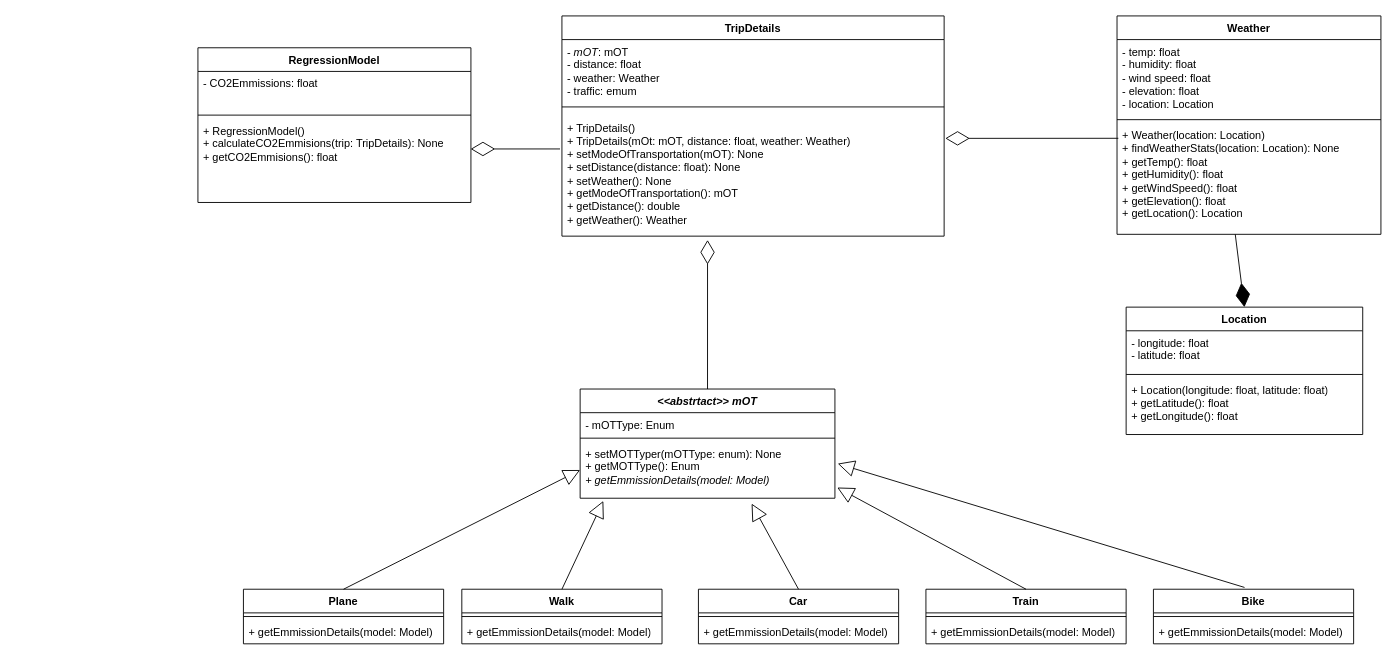
The draw.io diagram Documentation/Backend Class Diagram.drawio in 3xinor/Carbon-Footprint-Tracker, before the edit. Source tidied: cells renumbered, new cells numbered last; positions are measured from the earlier drawing's top-left corner, leaving out a move shared by most shapes. Both pictures are drawn from the tidied source at 91%, with x=0, y=0 at pixel (197, 15).
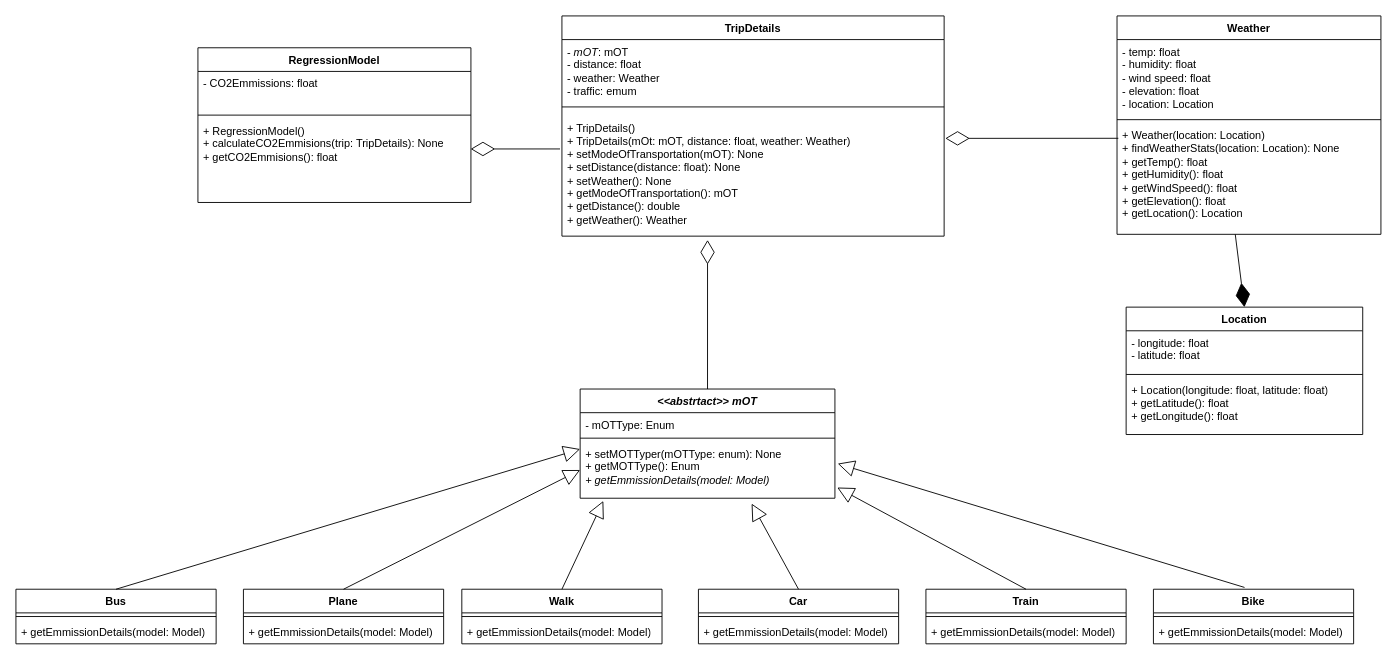
The same diagram, later.

Commit message (it also covers changes not shown here):
Initial Backend Structure & Docs

Unchanged cells that the change refers to:
```xml
<mxCell id="17" value="&lt;div&gt;&lt;span style=&quot;background-color: transparent; color: light-dark(rgb(0, 0, 0), rgb(255, 255, 255));&quot;&gt;+ setMOTTyper(mOTType: enum): None&lt;/span&gt;&lt;/div&gt;&lt;div&gt;&lt;span style=&quot;background-color: transparent; color: light-dark(rgb(0, 0, 0), rgb(255, 255, 255));&quot;&gt;+ getMOTType(): Enum&lt;/span&gt;&lt;/div&gt;&lt;div&gt;&lt;i&gt;+ getEmmissionDetails(model: Model)&lt;/i&gt;&lt;/div&gt;" style="text;strokeColor=none;fillColor=none;align=left;verticalAlign=top;spacingLeft=4;spacingRight=4;overflow=hidden;points=[[0,0.5],[1,0.5]];portConstraint=eastwest;whiteSpace=wrap;html=1;" parent="14" vertex="1">
  <mxGeometry y="58" width="280" height="62" as="geometry" />
</mxCell>
```

What changed in the source:
```diff
@@
+    <mxCell id="46" value="Bus" style="swimlane;fontStyle=1;align=center;verticalAlign=top;horizontal=1;startSize=26;whiteSpace=wrap;html=1;" parent="1" vertex="1">
+      <mxGeometry x="-200" y="630" width="220" height="60" as="geometry" />
+    </mxCell>
+    <mxCell id="47" style="line;strokeWidth=1;fillColor=none;align=left;verticalAlign=middle;spacingTop=-1;spacingLeft=3;spacingRight=3;labelPosition=right;strokeColor=inherit;" parent="46" vertex="1">
+      <mxGeometry y="26" width="220" height="8" as="geometry" />
+    </mxCell>
+    <mxCell id="48" value="&lt;div&gt;&lt;span style=&quot;background-color: transparent; color: light-dark(rgb(0, 0, 0), rgb(255, 255, 255));&quot;&gt;+ getEmmissionDetails(model: Model)&lt;/span&gt;&lt;/div&gt;" style="text;strokeColor=none;fillColor=none;align=left;verticalAlign=top;spacingLeft=4;spacingRight=4;overflow=hidden;whiteSpace=wrap;html=1;" parent="46" vertex="1">
+      <mxGeometry y="34" width="220" height="26" as="geometry" />
+    </mxCell>
+    <mxCell id="49" style="endArrow=block;endSize=16;endFill=0;html=1;rounded=0;exitX=0.5;exitY=0;exitDx=0;exitDy=0;entryX=0;entryY=0.129;entryDx=0;entryDy=0;entryPerimeter=0;" parent="1" edge="1" source="46" target="17">
+      <mxGeometry x="-0.26" y="-101" relative="1" as="geometry" />
+    </mxCell>
```
